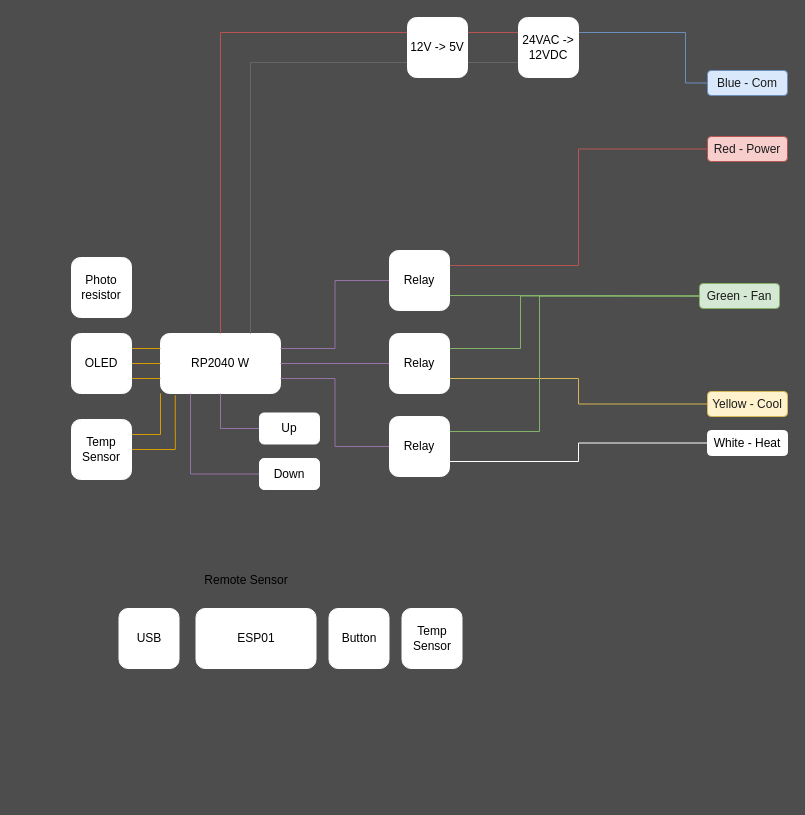
The draw.io diagram Hardware_Diagram.drawio in AbirFaisal/CEN4010, before the edit. Source tidied: cells renumbered, new cells numbered last; positions are measured from the earlier drawing's top-left corner, leaving out a move shared by most shapes. Both pictures are drawn from the tidied source at 100%, with x=0, y=0 at pixel (71, 17).
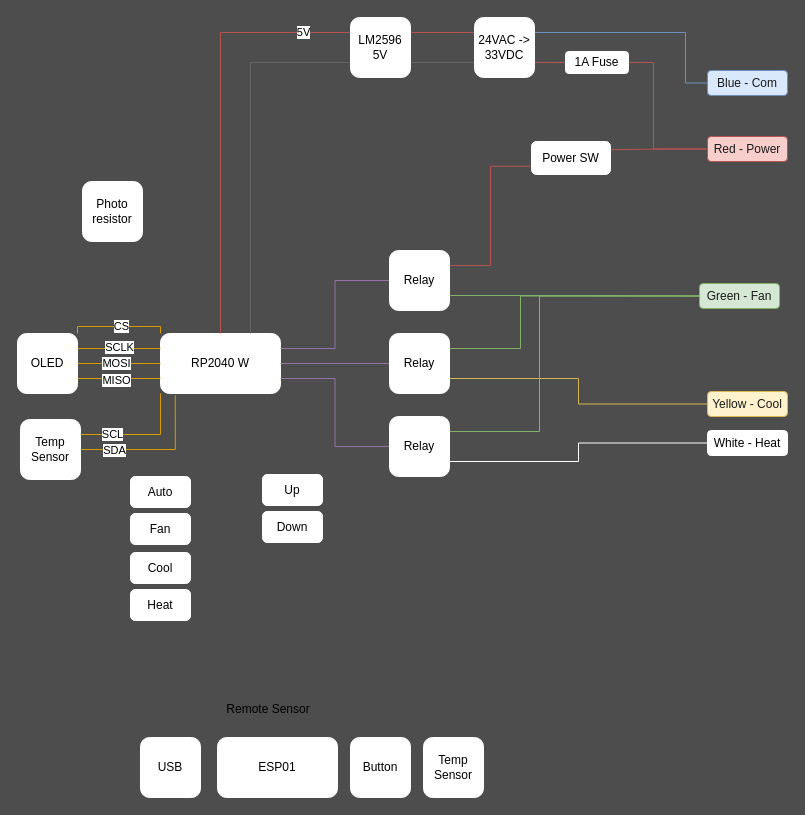
After the change.

Commit message (it also covers changes not shown here):
Modify System Diagram

Unchanged cells that the change refers to:
```xml
<mxCell id="2" value="RP2040 W" style="rounded=1;whiteSpace=wrap;html=1;strokeColor=#FFFFFF;" parent="1" vertex="1">
  <mxGeometry x="89" y="316" width="120" height="60" as="geometry" />
</mxCell>
<mxCell id="5" style="edgeStyle=orthogonalEdgeStyle;rounded=0;jettySize=auto;html=1;entryX=0.123;entryY=1.029;entryDx=0;entryDy=0;entryPerimeter=0;endArrow=none;endFill=0;strokeColor=#d79b00;fontColor=#FFFFFF;fillColor=#ffe6cc;" parent="1" edge="1" source="7" target="2">
  <mxGeometry relative="1" as="geometry" />
</mxCell>
<mxCell id="6" style="edgeStyle=orthogonalEdgeStyle;rounded=0;jettySize=auto;html=1;exitX=1;exitY=0.25;exitDx=0;exitDy=0;entryX=0;entryY=1;entryDx=0;entryDy=0;endArrow=none;endFill=0;strokeColor=#d79b00;fontColor=#FFFFFF;fillColor=#ffe6cc;" parent="1" edge="1" source="7" target="2">
  <mxGeometry relative="1" as="geometry" />
</mxCell>
<mxCell id="9" value="Red - Power" style="rounded=1;whiteSpace=wrap;html=1;strokeColor=#b85450;fillColor=#f8cecc;fontColor=#1A1A1A;" parent="1" vertex="1">
  <mxGeometry x="636" y="119" width="80" height="25" as="geometry" />
</mxCell>
<mxCell id="18" style="edgeStyle=orthogonalEdgeStyle;rounded=0;jettySize=auto;html=1;exitX=0;exitY=0.25;exitDx=0;exitDy=0;entryX=0.5;entryY=0;entryDx=0;entryDy=0;endArrow=none;endFill=0;strokeColor=#b85450;fontColor=#FFFFFF;fillColor=#f8cecc;" parent="1" edge="1" source="20" target="2">
  <mxGeometry relative="1" as="geometry" />
</mxCell>
<mxCell id="24" value="Relay" style="rounded=1;whiteSpace=wrap;html=1;strokeColor=#FFFFFF;" parent="1" vertex="1">
  <mxGeometry x="318" y="233" width="60" height="60" as="geometry" />
</mxCell>
<mxCell id="33" style="edgeStyle=orthogonalEdgeStyle;rounded=0;jettySize=auto;html=1;endArrow=none;endFill=0;strokeColor=#d79b00;fontColor=#FFFFFF;fillColor=#ffe6cc;" parent="1" edge="1" source="36" target="2">
  <mxGeometry relative="1" as="geometry" />
</mxCell>
<mxCell id="34" style="edgeStyle=orthogonalEdgeStyle;rounded=0;jettySize=auto;html=1;exitX=1;exitY=0.75;exitDx=0;exitDy=0;entryX=0;entryY=0.75;entryDx=0;entryDy=0;endArrow=none;endFill=0;strokeColor=#d79b00;fontColor=#FFFFFF;fillColor=#ffe6cc;" parent="1" edge="1" source="36" target="2">
  <mxGeometry relative="1" as="geometry" />
</mxCell>
<mxCell id="35" style="edgeStyle=orthogonalEdgeStyle;rounded=0;jettySize=auto;html=1;exitX=1;exitY=0.25;exitDx=0;exitDy=0;entryX=0;entryY=0.25;entryDx=0;entryDy=0;endArrow=none;endFill=0;strokeColor=#d79b00;fontColor=#FFFFFF;fillColor=#ffe6cc;" parent="1" edge="1" source="36" target="2">
  <mxGeometry relative="1" as="geometry" />
</mxCell>
```

Change to the diagram source:
```diff
@@
+    <mxCell id="44" style="edgeStyle=orthogonalEdgeStyle;rounded=0;jettySize=auto;html=1;exitX=0;exitY=0;exitDx=0;exitDy=0;entryX=1;entryY=0;entryDx=0;entryDy=0;fillColor=#ffe6cc;strokeColor=#d79b00;endArrow=none;endFill=0;" parent="1" edge="1" source="2" target="36">
+      <mxGeometry relative="1" as="geometry">
+        <Array as="points">
+          <mxPoint x="89" y="309" />
+          <mxPoint x="6" y="309" />
+        </Array>
+      </mxGeometry>
+    </mxCell>
+    <mxCell id="45" value="CS" style="edgeLabel;html=1;align=center;verticalAlign=middle;" parent="44" vertex="1">
+      <mxGeometry x="0.22" y="2" relative="1" as="geometry">
+        <mxPoint x="12" y="-3" as="offset" />
+      </mxGeometry>
+    </mxCell>
@@
     <mxCell id="3" value="ESP01" style="rounded=1;whiteSpace=wrap;html=1;strokeColor=#FFFFFF;" parent="1" vertex="1">
-      <mxGeometry x="124.5" y="591" width="120" height="60" as="geometry" />
+      <mxGeometry x="146" y="720" width="120" height="60" as="geometry" />
     </mxCell>
     <mxCell id="4" value="Temp Sensor" style="rounded=1;whiteSpace=wrap;html=1;strokeColor=#FFFFFF;" parent="1" vertex="1">
-      <mxGeometry x="330.5" y="591" width="60" height="60" as="geometry" />
+      <mxGeometry x="352" y="720" width="60" height="60" as="geometry" />
     </mxCell>
@@
+    <mxCell id="46" value="SDA" style="edgeLabel;html=1;align=center;verticalAlign=middle;" parent="5" vertex="1">
+      <mxGeometry x="-0.64" y="-1" relative="1" as="geometry">
+        <mxPoint x="6" y="-1" as="offset" />
+      </mxGeometry>
+    </mxCell>
@@
+    <mxCell id="47" value="SCL" style="edgeLabel;html=1;align=center;verticalAlign=middle;" parent="6" vertex="1">
+      <mxGeometry x="-0.48" y="1" relative="1" as="geometry" />
+    </mxCell>
     <mxCell id="7" value="Temp Sensor" style="rounded=1;whiteSpace=wrap;html=1;strokeColor=#FFFFFF;" parent="1" vertex="1">
-      <mxGeometry y="402" width="60" height="60" as="geometry" />
+      <mxGeometry x="-51" y="402" width="60" height="60" as="geometry" />
     </mxCell>
-    <mxCell id="8" style="edgeStyle=orthogonalEdgeStyle;rounded=0;jettySize=auto;html=1;entryX=1;entryY=0.25;entryDx=0;entryDy=0;fillColor=#f8cecc;strokeColor=#b85450;endArrow=none;endFill=0;" parent="1" edge="1" source="9" target="24">
+    <mxCell id="8" style="edgeStyle=orthogonalEdgeStyle;rounded=0;jettySize=auto;html=1;entryX=1;entryY=0.25;entryDx=0;entryDy=0;fillColor=#f8cecc;strokeColor=#b85450;endArrow=none;endFill=0;exitX=0;exitY=0.75;exitDx=0;exitDy=0;" parent="1" edge="1" source="58" target="24">
       <mxGeometry relative="1" as="geometry" />
     </mxCell>
+    <mxCell id="48" style="edgeStyle=orthogonalEdgeStyle;rounded=0;jettySize=auto;html=1;entryX=1;entryY=0.75;entryDx=0;entryDy=0;fillColor=#f8cecc;strokeColor=#b85450;endArrow=none;endFill=0;" parent="1" edge="1" source="60" target="17">
+      <mxGeometry relative="1" as="geometry" />
+    </mxCell>
@@
-    <mxCell id="17" value="24VAC -&amp;gt;&lt;br&gt;12VDC" style="rounded=1;whiteSpace=wrap;html=1;strokeColor=#FFFFFF;" parent="1" vertex="1">
-      <mxGeometry x="447" width="60" height="60" as="geometry" />
+    <mxCell id="17" value="24VAC -&amp;gt;&lt;br&gt;33VDC" style="rounded=1;whiteSpace=wrap;html=1;strokeColor=#FFFFFF;" parent="1" vertex="1">
+      <mxGeometry x="403" width="60" height="60" as="geometry" />
     </mxCell>
@@
+    <mxCell id="49" value="5V" style="edgeLabel;html=1;align=center;verticalAlign=middle;" parent="18" vertex="1">
+      <mxGeometry x="-0.79" y="-3" relative="1" as="geometry">
+        <mxPoint x="-3" y="3" as="offset" />
+      </mxGeometry>
+    </mxCell>
@@
-    <mxCell id="20" value="12V -&amp;gt; 5V" style="rounded=1;whiteSpace=wrap;html=1;strokeColor=#FFFFFF;" parent="1" vertex="1">
-      <mxGeometry x="336" width="60" height="60" as="geometry" />
+    <mxCell id="20" value="LM2596&lt;br&gt;5V" style="rounded=1;whiteSpace=wrap;html=1;strokeColor=#FFFFFF;" parent="1" vertex="1">
+      <mxGeometry x="279" width="60" height="60" as="geometry" />
     </mxCell>
@@
     <mxCell id="32" value="USB" style="rounded=1;whiteSpace=wrap;html=1;strokeColor=#FFFFFF;" parent="1" vertex="1">
-      <mxGeometry x="47.5" y="591" width="60" height="60" as="geometry" />
+      <mxGeometry x="69" y="720" width="60" height="60" as="geometry" />
     </mxCell>
@@
+    <mxCell id="50" value="MOSI" style="edgeLabel;html=1;align=center;verticalAlign=middle;" parent="33" vertex="1">
+      <mxGeometry x="-0.08" y="1" relative="1" as="geometry" />
+    </mxCell>
@@
+    <mxCell id="51" value="MISO" style="edgeLabel;html=1;align=center;verticalAlign=middle;" parent="34" vertex="1">
+      <mxGeometry x="-0.33" relative="1" as="geometry">
+        <mxPoint x="10" y="1" as="offset" />
+      </mxGeometry>
+    </mxCell>
@@
+    <mxCell id="52" value="SCLK" style="edgeLabel;html=1;align=center;verticalAlign=middle;" parent="35" vertex="1">
+      <mxGeometry x="-0.1" y="2" relative="1" as="geometry">
+        <mxPoint x="4" as="offset" />
+      </mxGeometry>
+    </mxCell>
     <mxCell id="36" value="OLED" style="rounded=1;whiteSpace=wrap;html=1;strokeColor=#FFFFFF;" parent="1" vertex="1">
-      <mxGeometry y="316" width="60" height="60" as="geometry" />
+      <mxGeometry x="-54" y="316" width="60" height="60" as="geometry" />
     </mxCell>
-    <mxCell id="37" style="edgeStyle=orthogonalEdgeStyle;rounded=0;jettySize=auto;html=1;exitX=0;exitY=0.5;exitDx=0;exitDy=0;entryX=0.5;entryY=1;entryDx=0;entryDy=0;endArrow=none;endFill=0;strokeColor=#9673a6;fontColor=#FFFFFF;fillColor=#e1d5e7;" parent="1" edge="1" source="38" target="2">
-      <mxGeometry relative="1" as="geometry" />
-    </mxCell>
     <mxCell id="38" value="Up" style="rounded=1;whiteSpace=wrap;html=1;strokeColor=#FFFFFF;" parent="1" vertex="1">
-      <mxGeometry x="188" y="395.5" width="60" height="31" as="geometry" />
+      <mxGeometry x="191" y="457" width="60" height="31" as="geometry" />
     </mxCell>
-    <mxCell id="39" style="edgeStyle=orthogonalEdgeStyle;rounded=0;jettySize=auto;html=1;exitX=0;exitY=0.5;exitDx=0;exitDy=0;entryX=0.25;entryY=1;entryDx=0;entryDy=0;endArrow=none;endFill=0;strokeColor=#9673a6;fontColor=#FFFFFF;fillColor=#e1d5e7;" parent="1" edge="1" source="40" target="2">
-      <mxGeometry relative="1" as="geometry" />
-    </mxCell>
     <mxCell id="40" value="Down" style="rounded=1;whiteSpace=wrap;html=1;strokeColor=#FFFFFF;" parent="1" vertex="1">
-      <mxGeometry x="188" y="441" width="60" height="31" as="geometry" />
+      <mxGeometry x="191" y="494" width="60" height="31" as="geometry" />
     </mxCell>
     <mxCell id="41" value="Button" style="rounded=1;whiteSpace=wrap;html=1;strokeColor=#FFFFFF;" parent="1" vertex="1">
-      <mxGeometry x="257.5" y="591" width="60" height="60" as="geometry" />
+      <mxGeometry x="279" y="720" width="60" height="60" as="geometry" />
     </mxCell>
     <mxCell id="42" value="Photo&lt;br&gt;resistor" style="rounded=1;whiteSpace=wrap;html=1;strokeColor=#FFFFFF;" parent="1" vertex="1">
-      <mxGeometry y="240" width="60" height="60" as="geometry" />
+      <mxGeometry x="11" y="164" width="60" height="60" as="geometry" />
     </mxCell>
     <mxCell id="43" value="Remote Sensor" style="text;html=1;strokeColor=none;fillColor=none;align=center;verticalAlign=middle;whiteSpace=wrap;rounded=0;" parent="1" vertex="1">
-      <mxGeometry x="102" y="548" width="146" height="30" as="geometry" />
+      <mxGeometry x="123.5" y="677" width="146" height="30" as="geometry" />
     </mxCell>
+    <mxCell id="53" value="Auto" style="rounded=1;whiteSpace=wrap;html=1;strokeColor=#FFFFFF;" parent="1" vertex="1">
+      <mxGeometry x="59" y="459" width="60" height="31" as="geometry" />
+    </mxCell>
+    <mxCell id="54" value="Fan" style="rounded=1;whiteSpace=wrap;html=1;strokeColor=#FFFFFF;" parent="1" vertex="1">
+      <mxGeometry x="59" y="496" width="60" height="31" as="geometry" />
+    </mxCell>
+    <mxCell id="55" value="Cool" style="rounded=1;whiteSpace=wrap;html=1;strokeColor=#FFFFFF;" parent="1" vertex="1">
+      <mxGeometry x="59" y="535" width="60" height="31" as="geometry" />
+    </mxCell>
+    <mxCell id="56" value="Heat" style="rounded=1;whiteSpace=wrap;html=1;strokeColor=#FFFFFF;" parent="1" vertex="1">
+      <mxGeometry x="59" y="572" width="60" height="31" as="geometry" />
+    </mxCell>
+    <mxCell id="57" style="edgeStyle=orthogonalEdgeStyle;rounded=0;jettySize=auto;html=1;entryX=1;entryY=0.25;entryDx=0;entryDy=0;fillColor=#f8cecc;strokeColor=#b85450;endArrow=none;endFill=0;" parent="1" edge="1" source="9" target="58">
+      <mxGeometry relative="1" as="geometry" />
+    </mxCell>
+    <mxCell id="58" value="Power SW" style="rounded=1;whiteSpace=wrap;html=1;strokeColor=#FFFFFF;" parent="1" vertex="1">
+      <mxGeometry x="460" y="124" width="79" height="33" as="geometry" />
+    </mxCell>
+    <mxCell id="59" style="edgeStyle=orthogonalEdgeStyle;rounded=0;jettySize=auto;html=1;entryX=1;entryY=0.75;entryDx=0;entryDy=0;fillColor=#f8cecc;strokeColor=#b85450;endArrow=none;endFill=0;" parent="1" edge="1" source="9" target="60">
+      <mxGeometry relative="1" as="geometry">
+        <Array as="points">
+          <mxPoint x="582" y="131" />
+          <mxPoint x="582" y="45" />
+        </Array>
+      </mxGeometry>
+    </mxCell>
+    <mxCell id="60" value="1A Fuse" style="rounded=1;whiteSpace=wrap;html=1;strokeColor=#FFFFFF;" parent="1" vertex="1">
+      <mxGeometry x="494" y="34" width="63" height="22" as="geometry" />
+    </mxCell>
```
